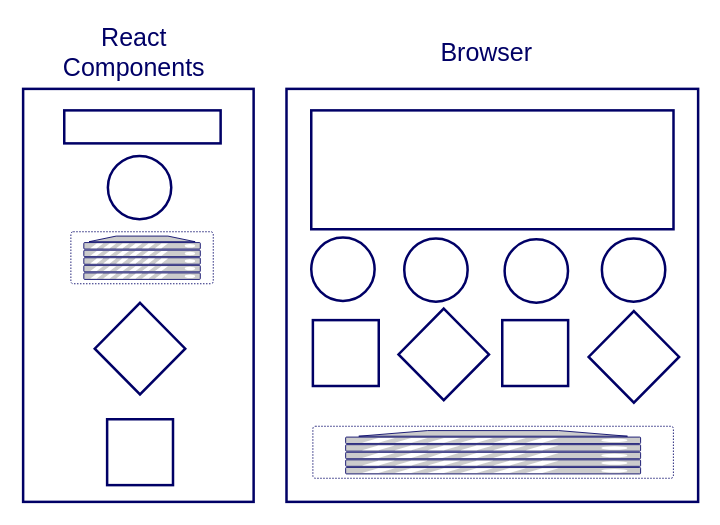
Above: draw_io/components.drawio in arsibux/react-app (draw.io), before the change. Source tidied: cells renumbered, new cells numbered last; positions are measured from the earlier drawing's top-left corner, leaving out a move shared by most shapes. Both pictures are drawn from the tidied source at 125%, with x=0, y=0 at pixel (22, 39).
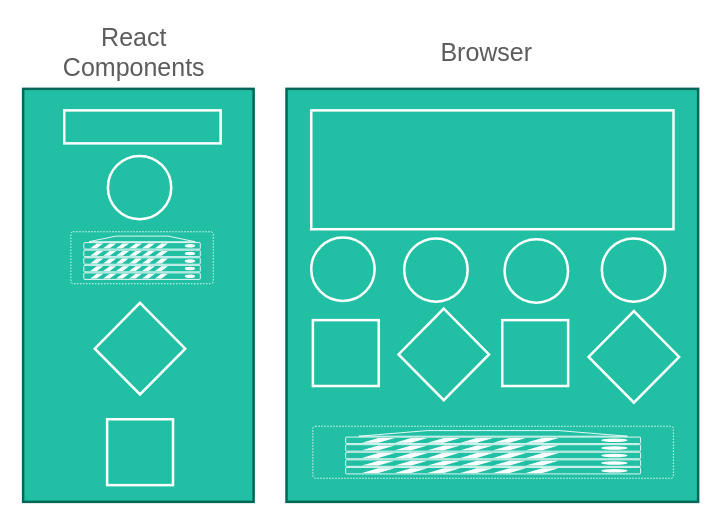
Above is the later version.

What changed in the source:
```diff
@@
-    <mxCell id="2" style="rounded=0;whiteSpace=wrap;html=1;fontSize=20;strokeWidth=2;strokeColor=#000066;" parent="1" vertex="1">
+    <mxCell id="2" style="rounded=0;whiteSpace=wrap;html=1;fontSize=20;strokeWidth=2;strokeColor=#006658;fillColor=#21C0A5;fontColor=#5C5C5C;" parent="1" vertex="1">
       <mxGeometry y="39.6" width="184.4" height="330.4" as="geometry" />
     </mxCell>
-    <mxCell id="3" style="rounded=0;whiteSpace=wrap;html=1;strokeWidth=2;strokeColor=#000066;" parent="1" vertex="1">
+    <mxCell id="3" style="rounded=0;whiteSpace=wrap;html=1;strokeWidth=2;strokeColor=#FFFFFF;fillColor=#21C0A5;fontColor=#FFFFFF;" parent="1" vertex="1">
       <mxGeometry x="32.9" y="56.8" width="125.1" height="26.4" as="geometry" />
     </mxCell>
-    <mxCell id="4" style="ellipse;whiteSpace=wrap;html=1;strokeWidth=2;strokeColor=#000066;" parent="1" vertex="1">
+    <mxCell id="4" style="ellipse;whiteSpace=wrap;html=1;strokeWidth=2;strokeColor=#FFFFFF;fillColor=#21C0A5;fontColor=#FFFFFF;" parent="1" vertex="1">
       <mxGeometry x="67.8" y="93.2" width="50.7" height="50.7" as="geometry" />
     </mxCell>
-    <mxCell id="5" style="rhombus;whiteSpace=wrap;html=1;strokeWidth=2;strokeColor=#000066;" parent="1" vertex="1">
+    <mxCell id="5" style="rhombus;whiteSpace=wrap;html=1;strokeWidth=2;strokeColor=#FFFFFF;fillColor=#21C0A5;fontColor=#FFFFFF;" parent="1" vertex="1">
       <mxGeometry x="57.3" y="210.8" width="72.4" height="73.3" as="geometry" />
     </mxCell>
-    <mxCell id="6" style="whiteSpace=wrap;html=1;strokeWidth=2;strokeColor=#000066;" parent="1" vertex="1">
+    <mxCell id="6" style="whiteSpace=wrap;html=1;strokeWidth=2;strokeColor=#FFFFFF;fillColor=#21C0A5;fontColor=#FFFFFF;" parent="1" vertex="1">
       <mxGeometry x="67.2" y="303.9" width="52.7" height="52.7" as="geometry" />
     </mxCell>
-    <mxCell id="7" value="React Components" style="text;html=1;strokeColor=none;fillColor=none;align=center;verticalAlign=middle;whiteSpace=wrap;rounded=0;fontSize=20;fontStyle=0;fontColor=#000066;strokeWidth=2;" parent="1" vertex="1">
+    <mxCell id="7" value="React Components" style="text;html=1;strokeColor=none;fillColor=none;align=center;verticalAlign=middle;whiteSpace=wrap;rounded=0;fontSize=20;fontStyle=0;fontColor=#5C5C5C;strokeWidth=2;" parent="1" vertex="1">
       <mxGeometry x="7.2" width="164" height="19.8" as="geometry" />
     </mxCell>
-    <mxCell id="8" style="fontColor=#0066CC;verticalAlign=top;verticalLabelPosition=bottom;labelPosition=center;align=center;html=1;fillColor=#CCCCCC;strokeColor=#000066;gradientColor=none;gradientDirection=north;strokeWidth=2;shape=mxgraph.networks.virtual_server;fontSize=20;" parent="1" vertex="1">
+    <mxCell id="8" style="fontColor=#FFFFFF;verticalAlign=top;verticalLabelPosition=bottom;labelPosition=center;align=center;html=1;fillColor=#21C0A5;strokeColor=#FFFFFF;gradientDirection=north;strokeWidth=2;shape=mxgraph.networks.virtual_server;fontSize=20;" parent="1" vertex="1">
       <mxGeometry x="38.2" y="153.9" width="113.9" height="41.6" as="geometry" />
     </mxCell>
-    <mxCell id="9" style="rounded=0;whiteSpace=wrap;html=1;fontSize=20;strokeWidth=2;strokeColor=#000066;" parent="1" vertex="1">
+    <mxCell id="9" style="rounded=0;whiteSpace=wrap;html=1;fontSize=20;strokeWidth=2;strokeColor=#006658;fillColor=#21C0A5;fontColor=#5C5C5C;" parent="1" vertex="1">
       <mxGeometry x="210.7" y="39.6" width="329.3" height="330.4" as="geometry" />
     </mxCell>
-    <mxCell id="10" style="rounded=0;whiteSpace=wrap;html=1;strokeWidth=2;strokeColor=#000066;" parent="1" vertex="1">
+    <mxCell id="10" style="rounded=0;whiteSpace=wrap;html=1;strokeWidth=2;strokeColor=#FFFFFF;fillColor=#21C0A5;fontColor=#FFFFFF;" parent="1" vertex="1">
       <mxGeometry x="230.5" y="56.8" width="289.8" height="95.1" as="geometry" />
     </mxCell>
-    <mxCell id="11" value="Browser" style="text;html=1;strokeColor=none;fillColor=none;align=center;verticalAlign=middle;whiteSpace=wrap;rounded=0;fontSize=20;fontStyle=0;fontColor=#000066;strokeWidth=2;" parent="1" vertex="1">
+    <mxCell id="11" value="Browser" style="text;html=1;strokeColor=none;fillColor=none;align=center;verticalAlign=middle;whiteSpace=wrap;rounded=0;fontSize=20;fontStyle=0;fontColor=#5C5C5C;strokeWidth=2;" parent="1" vertex="1">
       <mxGeometry x="304.9" width="131.7" height="19.8" as="geometry" />
     </mxCell>
-    <mxCell id="12" style="ellipse;whiteSpace=wrap;html=1;strokeWidth=2;strokeColor=#000066;" parent="1" vertex="1">
+    <mxCell id="12" style="ellipse;whiteSpace=wrap;html=1;strokeWidth=2;strokeColor=#FFFFFF;fillColor=#21C0A5;fontColor=#FFFFFF;" parent="1" vertex="1">
       <mxGeometry x="230.5" y="158.6" width="50.7" height="50.7" as="geometry" />
     </mxCell>
-    <mxCell id="13" style="ellipse;whiteSpace=wrap;html=1;strokeWidth=2;strokeColor=#000066;" parent="1" vertex="1">
+    <mxCell id="13" style="ellipse;whiteSpace=wrap;html=1;strokeWidth=2;strokeColor=#FFFFFF;fillColor=#21C0A5;fontColor=#FFFFFF;" parent="1" vertex="1">
       <mxGeometry x="304.9" y="159.2" width="50.7" height="50.7" as="geometry" />
     </mxCell>
-    <mxCell id="14" style="ellipse;whiteSpace=wrap;html=1;strokeWidth=2;strokeColor=#000066;" parent="1" vertex="1">
+    <mxCell id="14" style="ellipse;whiteSpace=wrap;html=1;strokeWidth=2;strokeColor=#FFFFFF;fillColor=#21C0A5;fontColor=#FFFFFF;" parent="1" vertex="1">
       <mxGeometry x="385.2" y="159.9" width="50.7" height="50.7" as="geometry" />
     </mxCell>
-    <mxCell id="15" style="ellipse;whiteSpace=wrap;html=1;strokeWidth=2;strokeColor=#000066;" parent="1" vertex="1">
+    <mxCell id="15" style="ellipse;whiteSpace=wrap;html=1;strokeWidth=2;strokeColor=#FFFFFF;fillColor=#21C0A5;fontColor=#FFFFFF;" parent="1" vertex="1">
       <mxGeometry x="463" y="159.2" width="50.7" height="50.7" as="geometry" />
     </mxCell>
-    <mxCell id="16" style="whiteSpace=wrap;html=1;strokeWidth=2;strokeColor=#000066;" parent="1" vertex="1">
+    <mxCell id="16" style="whiteSpace=wrap;html=1;strokeWidth=2;strokeColor=#FFFFFF;fillColor=#21C0A5;fontColor=#FFFFFF;" parent="1" vertex="1">
       <mxGeometry x="231.8" y="224.6" width="52.7" height="52.7" as="geometry" />
     </mxCell>
-    <mxCell id="17" style="rhombus;whiteSpace=wrap;html=1;strokeWidth=2;strokeColor=#000066;" parent="1" vertex="1">
+    <mxCell id="17" style="rhombus;whiteSpace=wrap;html=1;strokeWidth=2;strokeColor=#FFFFFF;fillColor=#21C0A5;fontColor=#FFFFFF;" parent="1" vertex="1">
       <mxGeometry x="300.3" y="215.4" width="72.4" height="73.3" as="geometry" />
     </mxCell>
-    <mxCell id="18" style="whiteSpace=wrap;html=1;strokeWidth=2;strokeColor=#000066;" parent="1" vertex="1">
+    <mxCell id="18" style="whiteSpace=wrap;html=1;strokeWidth=2;strokeColor=#FFFFFF;fillColor=#21C0A5;fontColor=#FFFFFF;" parent="1" vertex="1">
       <mxGeometry x="383.3" y="224.6" width="52.7" height="52.7" as="geometry" />
     </mxCell>
-    <mxCell id="19" style="rhombus;whiteSpace=wrap;html=1;strokeWidth=2;strokeColor=#000066;" parent="1" vertex="1">
+    <mxCell id="19" style="rhombus;whiteSpace=wrap;html=1;strokeWidth=2;strokeColor=#FFFFFF;fillColor=#21C0A5;fontColor=#FFFFFF;" parent="1" vertex="1">
       <mxGeometry x="452.4" y="217.4" width="72.4" height="73.3" as="geometry" />
     </mxCell>
-    <mxCell id="20" style="fontColor=#0066CC;verticalAlign=top;verticalLabelPosition=bottom;labelPosition=center;align=center;html=1;fillColor=#CCCCCC;strokeColor=#000066;gradientColor=none;gradientDirection=north;strokeWidth=2;shape=mxgraph.networks.virtual_server;fontSize=20;" parent="1" vertex="1">
+    <mxCell id="20" style="fontColor=#FFFFFF;verticalAlign=top;verticalLabelPosition=bottom;labelPosition=center;align=center;html=1;fillColor=#21C0A5;strokeColor=#FFFFFF;gradientDirection=north;strokeWidth=2;shape=mxgraph.networks.virtual_server;fontSize=20;" parent="1" vertex="1">
       <mxGeometry x="231.8" y="309.5" width="288.4" height="41.6" as="geometry" />
     </mxCell>
```
